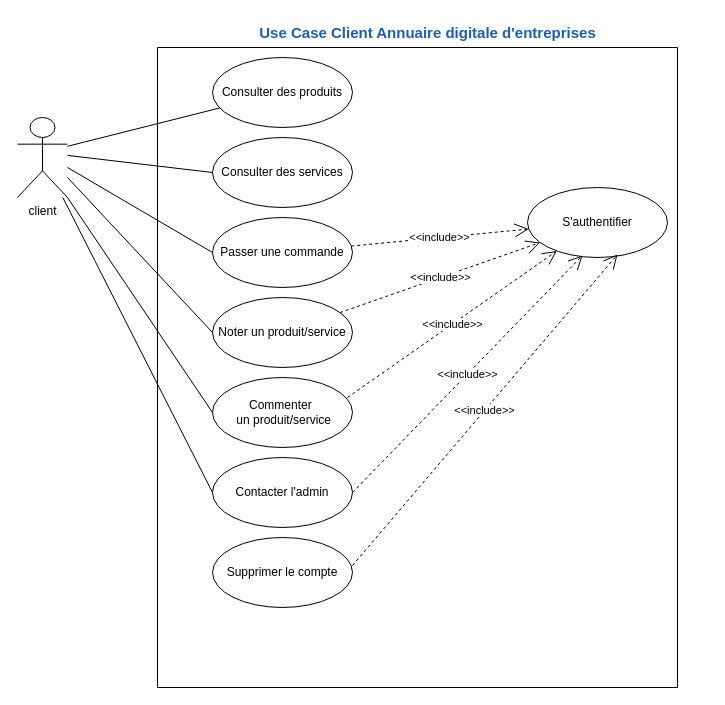
Earlier version of the draw.io diagram 2. UseCase_client.drawio (amine-elarass49/angular_doc). Source tidied: cells renumbered, new cells numbered last; positions are measured from the earlier drawing's top-left corner, leaving out a move shared by most shapes. Both pictures are drawn from the tidied source at 100%, with x=0, y=0 at pixel (17, 17).
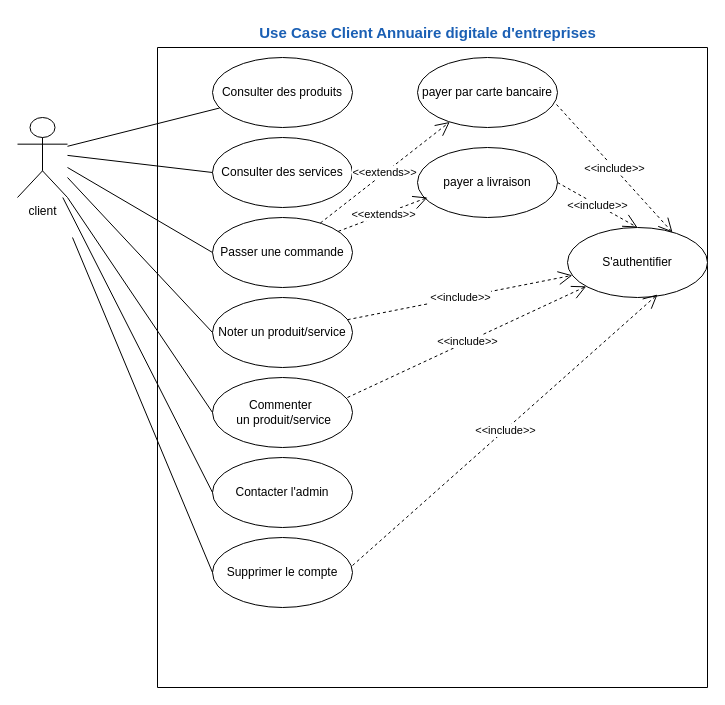
The same diagram, later.

Unchanged cells that the change refers to:
```xml
<mxCell id="6" value="Passer une commande" style="ellipse;whiteSpace=wrap;html=1;" parent="3" vertex="1">
  <mxGeometry x="55" y="170" width="140" height="70" as="geometry" />
</mxCell>
<mxCell id="9" value="Contacter l'admin" style="ellipse;whiteSpace=wrap;html=1;" parent="3" vertex="1">
  <mxGeometry x="55" y="410" width="140" height="70" as="geometry" />
</mxCell>
<mxCell id="10" value="Supprimer le compte" style="ellipse;whiteSpace=wrap;html=1;" parent="3" vertex="1">
  <mxGeometry x="55" y="490" width="140" height="70" as="geometry" />
</mxCell>
```

Change to the diagram source:
```diff
@@
     <mxCell id="3" style="swimlane;startSize=0;" parent="1" vertex="1">
-      <mxGeometry x="140" y="30" width="520" height="640" as="geometry" />
+      <mxGeometry x="140" y="30" width="550" height="640" as="geometry" />
     </mxCell>
@@
     <mxCell id="11" value="S'authentifier" style="ellipse;whiteSpace=wrap;html=1;" parent="3" vertex="1">
-      <mxGeometry x="370" y="140" width="140" height="70" as="geometry" />
+      <mxGeometry x="410" y="180" width="140" height="70" as="geometry" />
     </mxCell>
@@
-    <mxCell id="13" value="&amp;lt;&amp;lt;include&amp;gt;&amp;gt;" style="endArrow=open;endSize=12;dashed=1;html=1;rounded=0;" parent="3" edge="1" source="6" target="11">
-      <mxGeometry relative="1" as="geometry" />
-    </mxCell>
@@
-    <mxCell id="16" value="&amp;lt;&amp;lt;include&amp;gt;&amp;gt;" style="endArrow=open;endSize=12;dashed=1;html=1;rounded=0;exitX=1;exitY=0.5;exitDx=0;exitDy=0;entryX=0.393;entryY=0.971;entryDx=0;entryDy=0;entryPerimeter=0;" parent="3" edge="1" source="9" target="11">
-      <mxGeometry relative="1" as="geometry" />
-    </mxCell>
+    <mxCell id="24" value="payer par carte bancaire" style="ellipse;whiteSpace=wrap;html=1;" parent="3" vertex="1">
+      <mxGeometry x="260" y="10" width="140" height="70" as="geometry" />
+    </mxCell>
+    <mxCell id="25" value="&amp;lt;&amp;lt;include&amp;gt;&amp;gt;" style="endArrow=open;endSize=12;dashed=1;html=1;rounded=0;exitX=0.993;exitY=0.671;exitDx=0;exitDy=0;exitPerimeter=0;entryX=0.75;entryY=0.071;entryDx=0;entryDy=0;entryPerimeter=0;" parent="3" edge="1" source="24" target="11">
+      <mxGeometry relative="1" as="geometry" />
+    </mxCell>
+    <mxCell id="26" value="&amp;lt;&amp;lt;extends&amp;gt;&amp;gt;" style="endArrow=open;endSize=12;dashed=1;html=1;rounded=0;" parent="3" edge="1" source="6" target="24">
+      <mxGeometry relative="1" as="geometry" />
+    </mxCell>
+    <mxCell id="27" value="payer a livraison" style="ellipse;whiteSpace=wrap;html=1;" parent="3" vertex="1">
+      <mxGeometry x="260" y="100" width="140" height="70" as="geometry" />
+    </mxCell>
+    <mxCell id="28" value="&amp;lt;&amp;lt;extends&amp;gt;&amp;gt;" style="endArrow=open;endSize=12;dashed=1;html=1;rounded=0;" parent="3" edge="1" source="6">
+      <mxGeometry relative="1" as="geometry">
+        <mxPoint x="270" y="150" as="targetPoint" />
+      </mxGeometry>
+    </mxCell>
+    <mxCell id="29" value="&amp;lt;&amp;lt;include&amp;gt;&amp;gt;" style="endArrow=open;endSize=12;dashed=1;html=1;rounded=0;entryX=0.5;entryY=0;entryDx=0;entryDy=0;exitX=1;exitY=0.5;exitDx=0;exitDy=0;" parent="3" edge="1" source="27" target="11">
+      <mxGeometry relative="1" as="geometry" />
+    </mxCell>
@@
+    <mxCell id="30" style="endArrow=none;html=1;rounded=0;entryX=0;entryY=0.5;entryDx=0;entryDy=0;" parent="1" edge="1" target="10">
+      <mxGeometry relative="1" as="geometry">
+        <mxPoint x="55" y="220" as="sourcePoint" />
+      </mxGeometry>
+    </mxCell>
```
